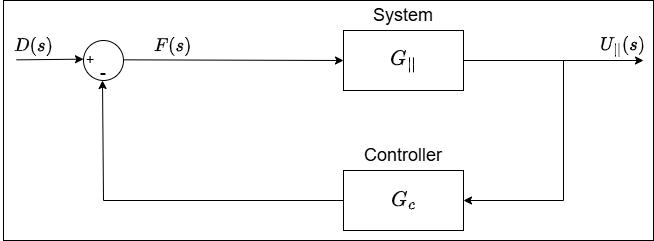
Earlier version of the draw.io export SimplifiedControlledX.drawio.png (ollie3951/ELE2038-Control-Lab). Source tidied: cells renumbered, new cells last; positions are measured from the earlier drawing's top-left corner, leaving out a move shared by most shapes.
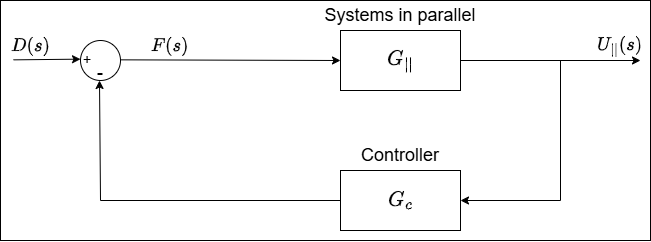
The same diagram one commit later.

Change to the diagram source:
```diff
@@ -29,8 +29,8 @@
         <mxPoint x="640" y="60" as="targetPoint" />
       </mxGeometry>
     </mxCell>
-    <mxCell id="10" value="System" style="text;html=1;align=center;verticalAlign=middle;whiteSpace=wrap;rounded=0;fontSize=18;fontColor=#000000;" parent="1" vertex="1">
-      <mxGeometry x="370" width="60" height="30" as="geometry" />
+    <mxCell id="10" value="Systems in parallel" style="text;html=1;align=center;verticalAlign=middle;whiteSpace=wrap;rounded=0;fontSize=18;fontColor=#000000;" parent="1" vertex="1">
+      <mxGeometry x="310" width="180" height="30" as="geometry" />
     </mxCell>
     <mxCell id="11" style="ellipse;whiteSpace=wrap;html=1;" parent="1" vertex="1">
       <mxGeometry x="80" y="40" width="40" height="40" as="geometry" />
```
